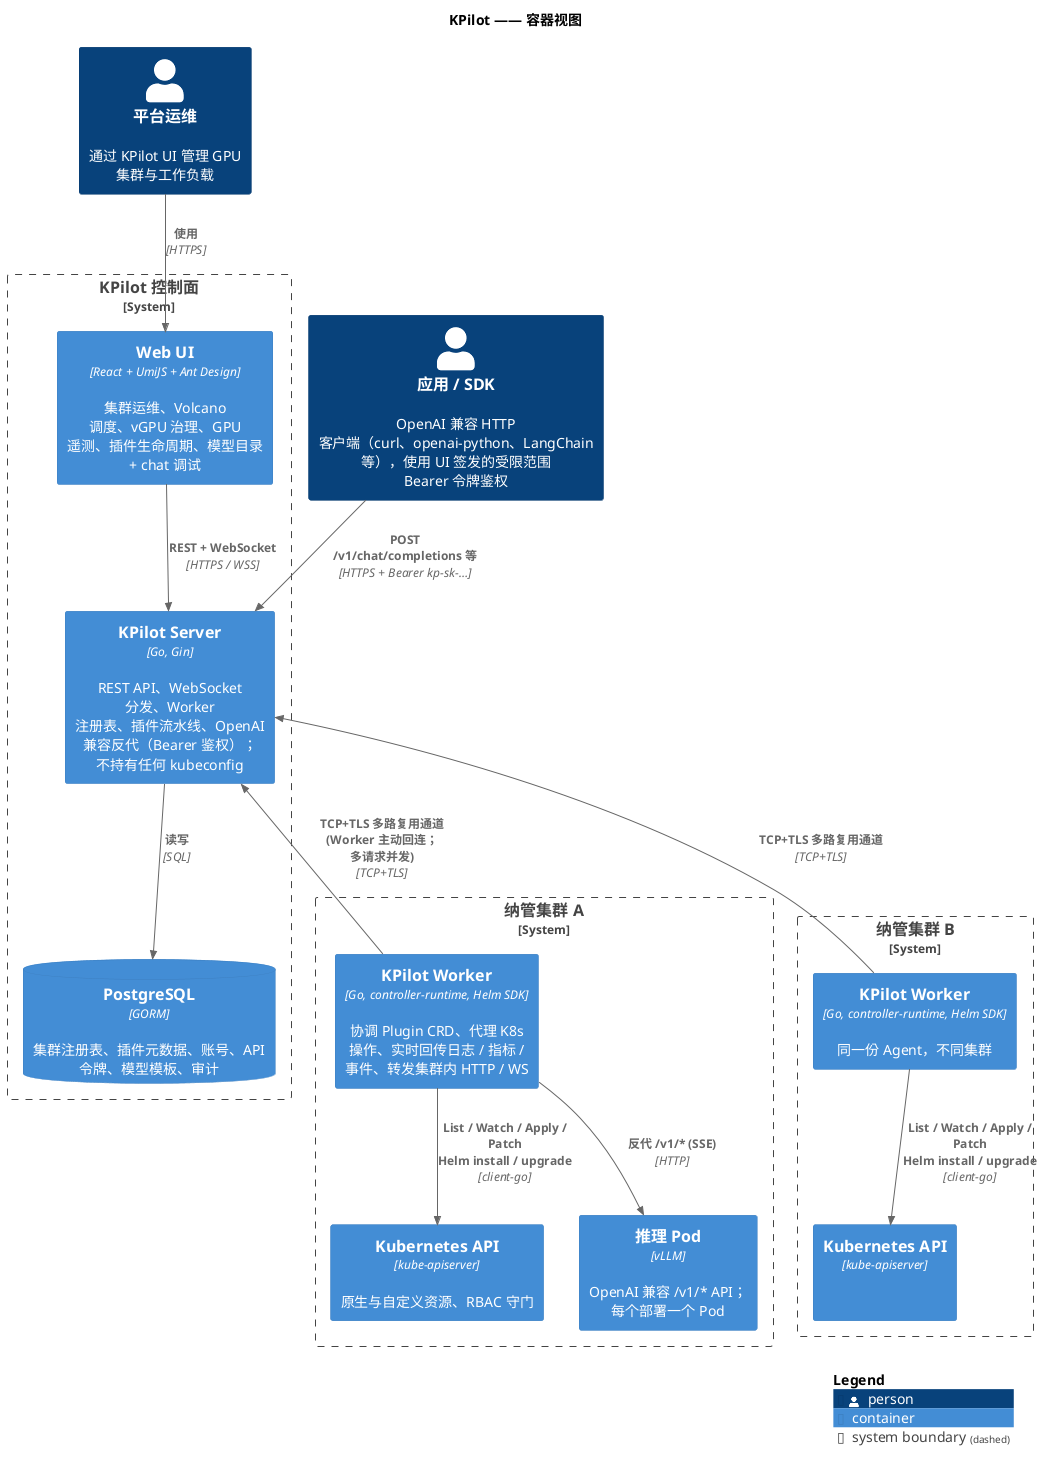
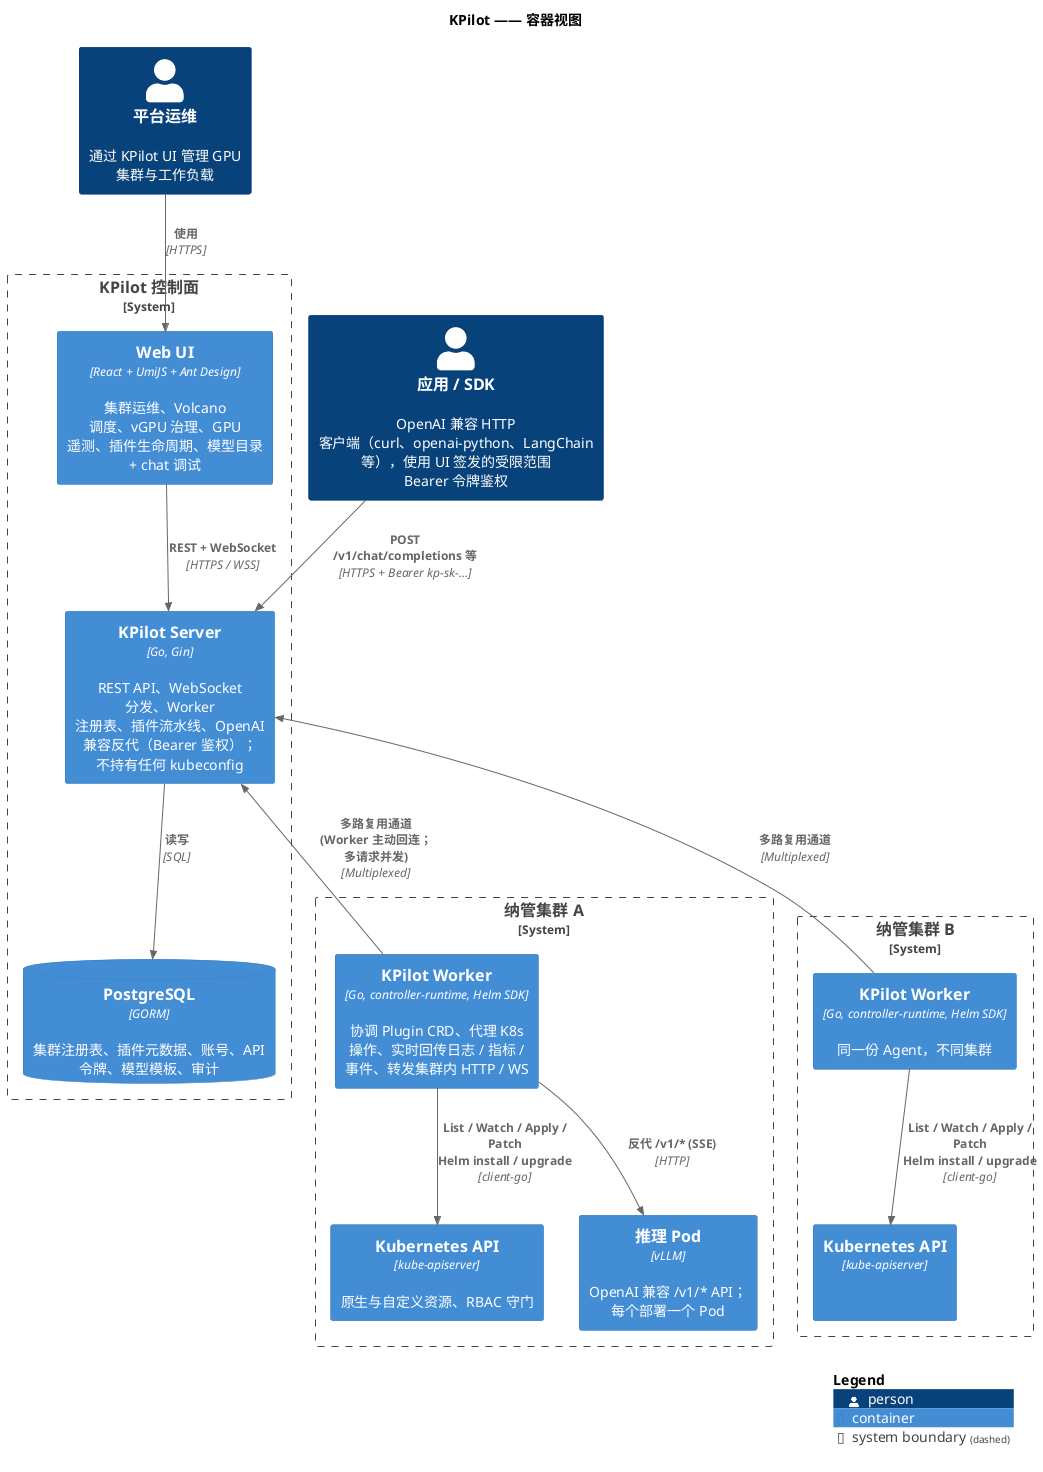
@startuml
!include <C4/C4_Container>

LAYOUT_WITH_LEGEND()
title KPilot —— 容器视图

Person(operator, "平台运维", "通过 KPilot UI 管理 GPU 集群与工作负载")
Person(app, "应用 / SDK", "OpenAI 兼容 HTTP 客户端（curl、openai-python、LangChain 等），使用 UI 签发的受限范围 Bearer 令牌鉴权")

System_Boundary(kpilot, "KPilot 控制面") {
    Container(ui, "Web UI", "React + UmiJS + Ant Design", "集群运维、Volcano 调度、vGPU 治理、GPU 遥测、插件生命周期、模型目录 + chat 调试")
    Container(server, "KPilot Server", "Go, Gin", "REST API、WebSocket 分发、Worker 注册表、插件流水线、OpenAI 兼容反代（Bearer 鉴权）；不持有任何 kubeconfig")
    ContainerDb(db, "PostgreSQL", "GORM", "集群注册表、插件元数据、账号、API 令牌、模型模板、审计")
}

System_Boundary(cluster_a, "纳管集群 A") {
    Container(worker_a, "KPilot Worker", "Go, controller-runtime, Helm SDK", "协调 Plugin CRD、代理 K8s 操作、实时回传日志 / 指标 / 事件、转发集群内 HTTP / WS")
    Container(k8s_a, "Kubernetes API", "kube-apiserver", "原生与自定义资源、RBAC 守门")
    Container(vllm_a, "推理 Pod", "vLLM", "OpenAI 兼容 /v1/* API；每个部署一个 Pod")
}

System_Boundary(cluster_b, "纳管集群 B") {
    Container(worker_b, "KPilot Worker", "Go, controller-runtime, Helm SDK", "同一份 Agent，不同集群")
    Container(k8s_b, "Kubernetes API", "kube-apiserver", " ")
}

Rel(operator, ui, "使用", "HTTPS")
Rel(app, server, "POST /v1/chat/completions 等", "HTTPS + Bearer kp-sk-…")
Rel(ui, server, "REST + WebSocket", "HTTPS / WSS")
Rel(server, db, "读写", "SQL")

- Rel_U(worker_a, server, "TCP+TLS 多路复用通道\n(Worker 主动回连；多请求并发)", "TCP+TLS")
- Rel_U(worker_b, server, "TCP+TLS 多路复用通道", "TCP+TLS")
+ Rel_U(worker_a, server, "多路复用通道\n(Worker 主动回连；多请求并发)", "Multiplexed")
+ Rel_U(worker_b, server, "多路复用通道", "Multiplexed")

Rel(worker_a, k8s_a, "List / Watch / Apply / Patch\nHelm install / upgrade", "client-go")
Rel(worker_b, k8s_b, "List / Watch / Apply / Patch\nHelm install / upgrade", "client-go")
Rel(worker_a, vllm_a, "反代 /v1/* (SSE)", "HTTP")

SHOW_LEGEND()
@enduml
